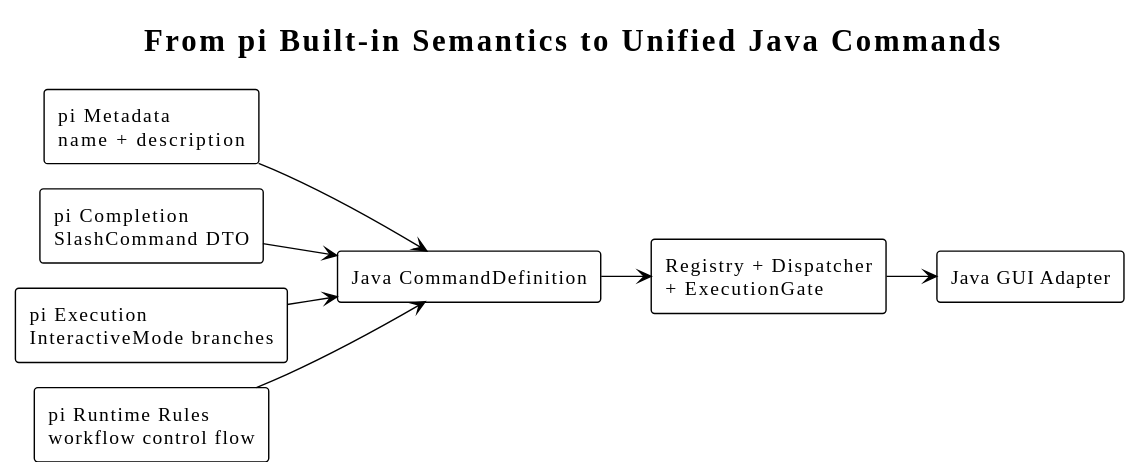
Earlier version of the PlantUML export diagrams/command/01-source-to-target-overview.svg (superheromeZzh/pi-mono-java-design).
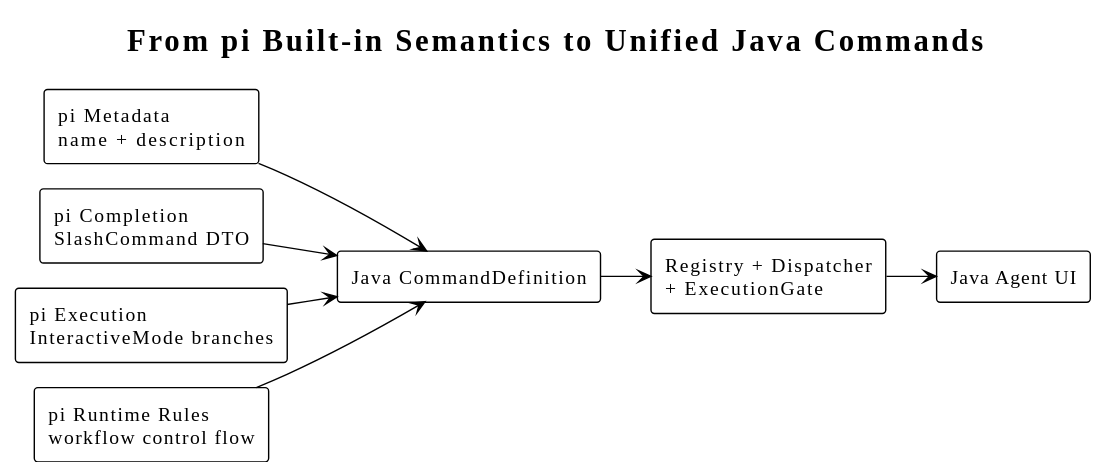
Later version of the same file.

Commit message:
docs(agent): rename GUI adapter to Agent UI

Diff of the diagram source:
```diff
@@ -13,7 +13,7 @@
 rectangle "pi Runtime Rules\nworkflow control flow" as RuntimeRules
 rectangle "Java CommandDefinition" as Definition
 rectangle "Registry + Dispatcher\n+ ExecutionGate" as Core
-rectangle "Java GUI Adapter" as Clients
+rectangle "Java Agent UI" as Clients
 
 Metadata --> Definition
 Completion --> Definition
```
